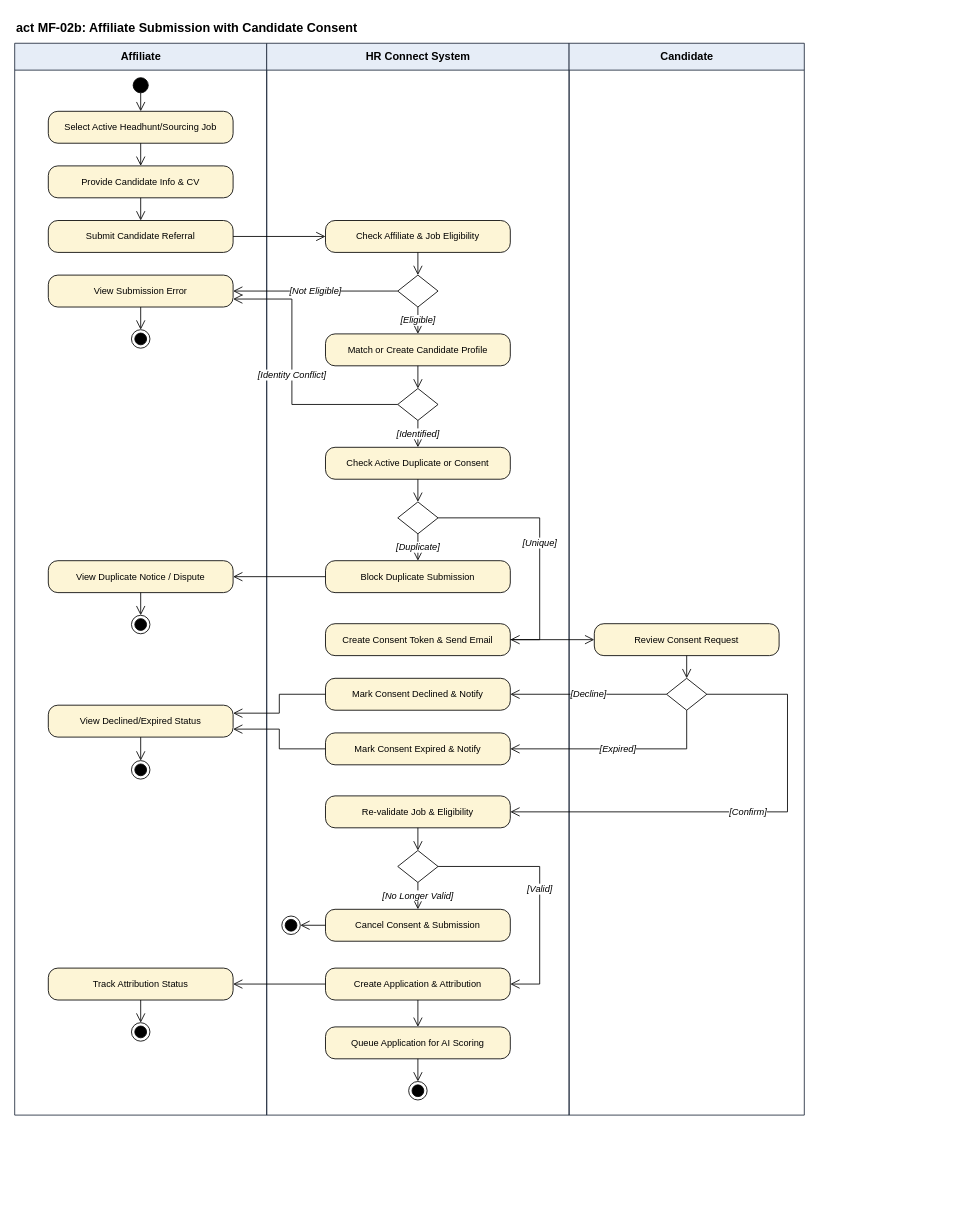
The draw.io diagram docs/diagrams/activity/source/act-mf02b-affiliate-submission-consent.drawio in hoangqui794/hr-connect, before the edit. Source tidied: cells renumbered, new cells numbered last; positions are measured from the earlier drawing's top-left corner, leaving out a move shared by most shapes. Both pictures are drawn from the tidied source at 84%, with x=0, y=0 at pixel (14, 14).
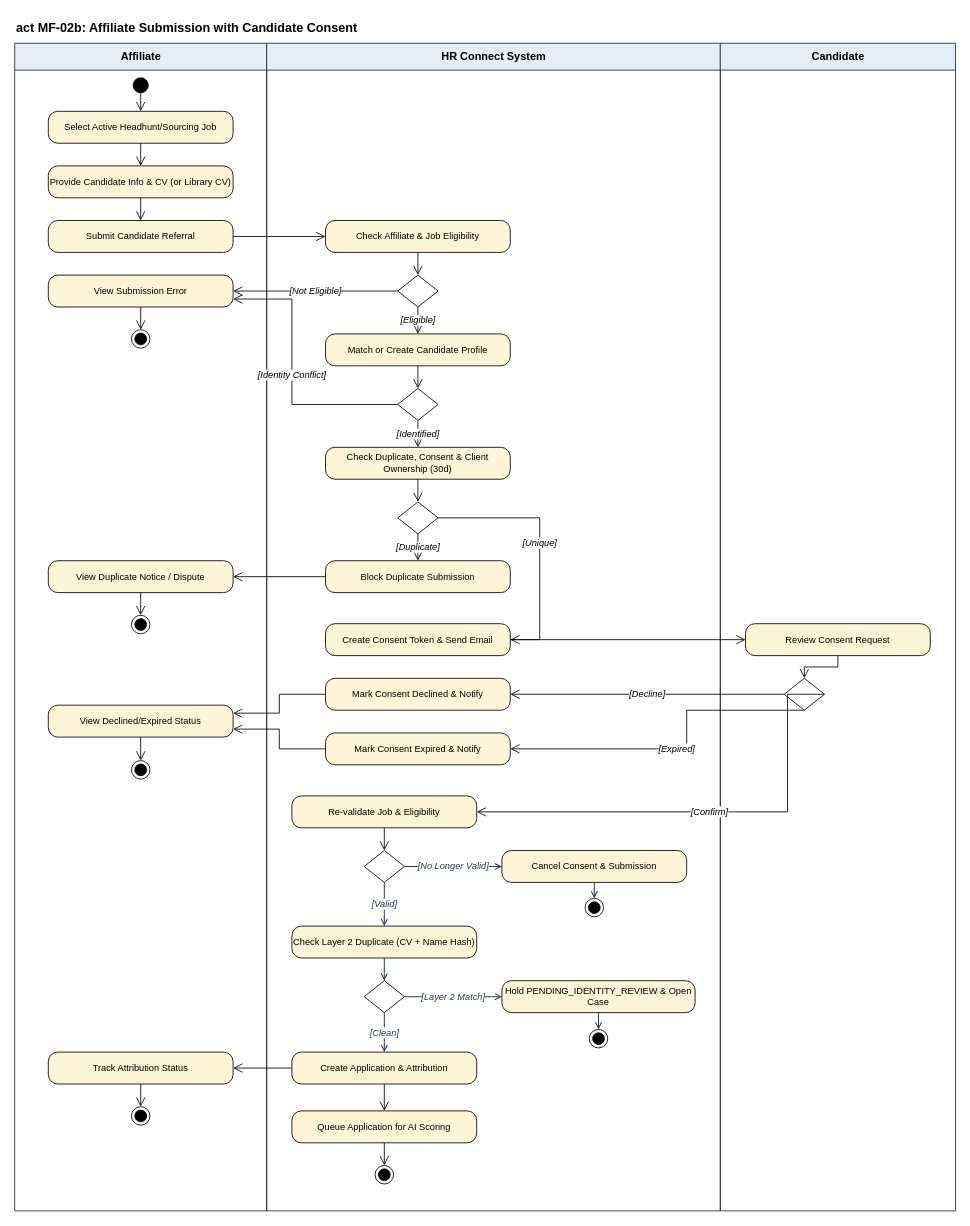
Above is the later version.

Diff of the diagram source:
```diff
@@
     <mxCell id="3" value="Affiliate" style="swimlane;startSize=32;html=1;fillColor=#E6EDF7;strokeColor=#1E293B;fontStyle=1;fontSize=13;fontFamily=Helvetica;" parent="1" vertex="1">
-      <mxGeometry y="34" width="300" height="1276" as="geometry" />
+      <mxGeometry y="34" width="300" height="1390" as="geometry" />
     </mxCell>
     <mxCell id="4" value="HR Connect System" style="swimlane;startSize=32;html=1;fillColor=#E6EDF7;strokeColor=#1E293B;fontStyle=1;fontSize=13;fontFamily=Helvetica;" parent="1" vertex="1">
-      <mxGeometry x="300" y="34" width="360" height="1276" as="geometry" />
+      <mxGeometry x="300" y="34" width="540" height="1390" as="geometry" />
     </mxCell>
     <mxCell id="5" value="Candidate" style="swimlane;startSize=32;html=1;fillColor=#E6EDF7;strokeColor=#1E293B;fontStyle=1;fontSize=13;fontFamily=Helvetica;" parent="1" vertex="1">
-      <mxGeometry x="660" y="34" width="280" height="1276" as="geometry" />
+      <mxGeometry x="840" y="34" width="280" height="1390" as="geometry" />
     </mxCell>
@@
-    <mxCell id="8" value="Provide Candidate Info &amp; CV" style="rounded=1;arcSize=30;whiteSpace=wrap;html=1;fillColor=#FDF5D6;strokeColor=#000000;fontSize=11;fontStyle=0;fontFamily=Helvetica;" parent="1" vertex="1">
+    <mxCell id="8" value="Provide Candidate Info &amp; CV (or Library CV)" style="rounded=1;arcSize=30;whiteSpace=wrap;html=1;fillColor=#FDF5D6;strokeColor=#000000;fontSize=11;fontStyle=0;fontFamily=Helvetica;" parent="1" vertex="1">
       <mxGeometry x="40" y="180" width="220" height="38" as="geometry" />
     </mxCell>
@@
-    <mxCell id="16" value="Check Active Duplicate or Consent" style="rounded=1;arcSize=30;whiteSpace=wrap;html=1;fillColor=#FDF5D6;strokeColor=#000000;fontSize=11;fontStyle=0;fontFamily=Helvetica;" parent="1" vertex="1">
+    <mxCell id="16" value="Check Duplicate, Consent &amp; Client Ownership (30d)" style="rounded=1;arcSize=30;whiteSpace=wrap;html=1;fillColor=#FDF5D6;strokeColor=#000000;fontSize=11;fontStyle=0;fontFamily=Helvetica;" parent="1" vertex="1">
       <mxGeometry x="370" y="515" width="220" height="38" as="geometry" />
     </mxCell>
@@
     <mxCell id="22" value="Review Consent Request" style="rounded=1;arcSize=30;whiteSpace=wrap;html=1;fillColor=#FDF5D6;strokeColor=#000000;fontSize=11;fontStyle=0;fontFamily=Helvetica;" parent="1" vertex="1">
-      <mxGeometry x="690" y="725" width="220" height="38" as="geometry" />
+      <mxGeometry x="870" y="725" width="220" height="38" as="geometry" />
     </mxCell>
     <mxCell id="23" style="rhombus;whiteSpace=wrap;html=1;fillColor=#FFFFFF;strokeColor=#000000;fontSize=10;" parent="1" vertex="1">
-      <mxGeometry x="776" y="790" width="48" height="38" as="geometry" />
+      <mxGeometry x="916" y="790" width="48" height="38" as="geometry" />
     </mxCell>
@@
     <mxCell id="28" value="Re-validate Job &amp; Eligibility" style="rounded=1;arcSize=30;whiteSpace=wrap;html=1;fillColor=#FDF5D6;strokeColor=#000000;fontSize=11;fontStyle=0;fontFamily=Helvetica;" parent="1" vertex="1">
-      <mxGeometry x="370" y="930" width="220" height="38" as="geometry" />
+      <mxGeometry x="330" y="930" width="220" height="38" as="geometry" />
     </mxCell>
     <mxCell id="29" style="rhombus;whiteSpace=wrap;html=1;fillColor=#FFFFFF;strokeColor=#000000;fontSize=10;" parent="1" vertex="1">
-      <mxGeometry x="456" y="995" width="48" height="38" as="geometry" />
+      <mxGeometry x="416" y="995" width="48" height="38" as="geometry" />
     </mxCell>
     <mxCell id="30" value="Cancel Consent &amp; Submission" style="rounded=1;arcSize=30;whiteSpace=wrap;html=1;fillColor=#FDF5D6;strokeColor=#000000;fontSize=11;fontStyle=0;fontFamily=Helvetica;" parent="1" vertex="1">
-      <mxGeometry x="370" y="1065" width="220" height="38" as="geometry" />
+      <mxGeometry x="580" y="995" width="220" height="38" as="geometry" />
     </mxCell>
     <mxCell id="31" style="ellipse;shape=endState;fillColor=#000000;strokeColor=#000000;" parent="1" vertex="1">
-      <mxGeometry x="318" y="1073" width="22" height="22" as="geometry" />
+      <mxGeometry x="679" y="1052" width="22" height="22" as="geometry" />
     </mxCell>
     <mxCell id="32" value="Create Application &amp; Attribution" style="rounded=1;arcSize=30;whiteSpace=wrap;html=1;fillColor=#FDF5D6;strokeColor=#000000;fontSize=11;fontStyle=0;fontFamily=Helvetica;" parent="1" vertex="1">
-      <mxGeometry x="370" y="1135" width="220" height="38" as="geometry" />
+      <mxGeometry x="330" y="1235" width="220" height="38" as="geometry" />
     </mxCell>
     <mxCell id="33" value="Track Attribution Status" style="rounded=1;arcSize=30;whiteSpace=wrap;html=1;fillColor=#FDF5D6;strokeColor=#000000;fontSize=11;fontStyle=0;fontFamily=Helvetica;" parent="1" vertex="1">
-      <mxGeometry x="40" y="1135" width="220" height="38" as="geometry" />
+      <mxGeometry x="40" y="1235" width="220" height="38" as="geometry" />
     </mxCell>
     <mxCell id="34" style="ellipse;shape=endState;fillColor=#000000;strokeColor=#000000;" parent="1" vertex="1">
-      <mxGeometry x="139" y="1200" width="22" height="22" as="geometry" />
+      <mxGeometry x="139" y="1300" width="22" height="22" as="geometry" />
     </mxCell>
     <mxCell id="35" value="Queue Application for AI Scoring" style="rounded=1;arcSize=30;whiteSpace=wrap;html=1;fillColor=#FDF5D6;strokeColor=#000000;fontSize=11;fontStyle=0;fontFamily=Helvetica;" parent="1" vertex="1">
-      <mxGeometry x="370" y="1205" width="220" height="38" as="geometry" />
+      <mxGeometry x="330" y="1305" width="220" height="38" as="geometry" />
     </mxCell>
     <mxCell id="36" style="ellipse;shape=endState;fillColor=#000000;strokeColor=#000000;" parent="1" vertex="1">
-      <mxGeometry x="469" y="1270" width="22" height="22" as="geometry" />
+      <mxGeometry x="429" y="1370" width="22" height="22" as="geometry" />
     </mxCell>
@@
-    <mxCell id="62" value="[No Longer Valid]" style="endArrow=open;endSize=9;html=1;rounded=0;edgeStyle=orthogonalEdgeStyle;fontStyle=2;fontSize=11;fontFamily=Helvetica;labelBackgroundColor=#FFFFFF;strokeColor=#000000;" parent="1" edge="1" source="29" target="30">
+    <mxCell id="62" value="[No Longer Valid]" style="edgeStyle=orthogonalEdgeStyle;rounded=0;jettySize=auto;html=1;endArrow=open;endFill=0;strokeColor=#1F3A5F;strokeWidth=1.2;fontSize=11;fontStyle=2;fontColor=#1F3A5F;labelBackgroundColor=#FFFFFF;exitX=1;exitY=0.5;exitDx=0;exitDy=0;entryX=0;entryY=0.5;entryDx=0;entryDy=0;" parent="1" edge="1" source="29" target="30">
       <mxGeometry relative="1" as="geometry" />
     </mxCell>
-    <mxCell id="63" style="endArrow=open;endSize=9;html=1;rounded=0;edgeStyle=orthogonalEdgeStyle;fontStyle=2;fontSize=11;fontFamily=Helvetica;labelBackgroundColor=#FFFFFF;strokeColor=#000000;exitX=0;exitY=0.5;entryX=1;entryY=0.5;" parent="1" edge="1" source="30" target="31">
+    <mxCell id="63" style="edgeStyle=orthogonalEdgeStyle;rounded=0;jettySize=auto;html=1;endArrow=open;endFill=0;strokeColor=#1F3A5F;strokeWidth=1.2;fontSize=11;fontStyle=2;fontColor=#1F3A5F;labelBackgroundColor=#FFFFFF;exitX=0.5;exitY=1;exitDx=0;exitDy=0;entryX=0.5;entryY=0;entryDx=0;entryDy=0;" parent="1" edge="1" source="30" target="31">
       <mxGeometry relative="1" as="geometry" />
     </mxCell>
-    <mxCell id="64" value="[Valid]" style="endArrow=open;endSize=9;html=1;rounded=0;edgeStyle=orthogonalEdgeStyle;fontStyle=2;fontSize=11;fontFamily=Helvetica;labelBackgroundColor=#FFFFFF;strokeColor=#000000;exitX=1;exitY=0.5;entryX=1;entryY=0.5;" parent="1" edge="1" source="29" target="32">
-      <mxGeometry relative="1" as="geometry">
-        <Array as="points">
-          <mxPoint x="625" y="1014" />
-          <mxPoint x="625" y="1154" />
-        </Array>
-      </mxGeometry>
+    <mxCell id="64" value="[Valid]" style="edgeStyle=orthogonalEdgeStyle;rounded=0;jettySize=auto;html=1;endArrow=open;endFill=0;strokeColor=#1F3A5F;strokeWidth=1.2;fontSize=11;fontStyle=2;fontColor=#1F3A5F;labelBackgroundColor=#FFFFFF;exitX=0.5;exitY=1;exitDx=0;exitDy=0;entryX=0.5;entryY=0;entryDx=0;entryDy=0;" parent="1" edge="1" source="29" target="69">
+      <mxGeometry relative="1" as="geometry" />
     </mxCell>
@@
+    <mxCell id="69" value="Check Layer 2 Duplicate (CV + Name Hash)" style="rounded=1;arcSize=30;whiteSpace=wrap;html=1;fillColor=#FDF5D6;strokeColor=#000000;fontSize=11;fontStyle=0;fontFamily=Helvetica;" parent="1" vertex="1">
+      <mxGeometry x="330" y="1085" width="220" height="38" as="geometry" />
+    </mxCell>
+    <mxCell id="70" style="rhombus;whiteSpace=wrap;html=1;fillColor=#FFFFFF;strokeColor=#000000;fontSize=10;" parent="1" vertex="1">
+      <mxGeometry x="416" y="1150" width="48" height="38" as="geometry" />
+    </mxCell>
+    <mxCell id="71" value="Hold PENDING_IDENTITY_REVIEW &amp; Open Case" style="rounded=1;arcSize=30;whiteSpace=wrap;html=1;fillColor=#FDF5D6;strokeColor=#000000;fontSize=11;fontStyle=0;fontFamily=Helvetica;" parent="1" vertex="1">
+      <mxGeometry x="580" y="1150" width="230" height="38" as="geometry" />
+    </mxCell>
+    <mxCell id="72" style="ellipse;shape=endState;fillColor=#000000;strokeColor=#000000;" parent="1" vertex="1">
+      <mxGeometry x="684" y="1208" width="22" height="22" as="geometry" />
+    </mxCell>
+    <mxCell id="73" style="edgeStyle=orthogonalEdgeStyle;rounded=0;jettySize=auto;html=1;endArrow=open;endFill=0;strokeColor=#1F3A5F;strokeWidth=1.2;fontSize=11;fontStyle=2;fontColor=#1F3A5F;labelBackgroundColor=#FFFFFF;exitX=0.5;exitY=1;exitDx=0;exitDy=0;entryX=0.5;entryY=0;entryDx=0;entryDy=0;" parent="1" edge="1" source="69" target="70">
+      <mxGeometry relative="1" as="geometry" />
+    </mxCell>
+    <mxCell id="74" value="[Layer 2 Match]" style="edgeStyle=orthogonalEdgeStyle;rounded=0;jettySize=auto;html=1;endArrow=open;endFill=0;strokeColor=#1F3A5F;strokeWidth=1.2;fontSize=11;fontStyle=2;fontColor=#1F3A5F;labelBackgroundColor=#FFFFFF;exitX=1;exitY=0.5;exitDx=0;exitDy=0;entryX=0;entryY=0.5;entryDx=0;entryDy=0;" parent="1" edge="1" source="70" target="71">
+      <mxGeometry relative="1" as="geometry" />
+    </mxCell>
+    <mxCell id="75" style="edgeStyle=orthogonalEdgeStyle;rounded=0;jettySize=auto;html=1;endArrow=open;endFill=0;strokeColor=#1F3A5F;strokeWidth=1.2;fontSize=11;fontStyle=2;fontColor=#1F3A5F;labelBackgroundColor=#FFFFFF;exitX=0.5;exitY=1;exitDx=0;exitDy=0;entryX=0.5;entryY=0;entryDx=0;entryDy=0;" parent="1" edge="1" source="71" target="72">
+      <mxGeometry relative="1" as="geometry" />
+    </mxCell>
+    <mxCell id="76" value="[Clean]" style="edgeStyle=orthogonalEdgeStyle;rounded=0;jettySize=auto;html=1;endArrow=open;endFill=0;strokeColor=#1F3A5F;strokeWidth=1.2;fontSize=11;fontStyle=2;fontColor=#1F3A5F;labelBackgroundColor=#FFFFFF;exitX=0.5;exitY=1;exitDx=0;exitDy=0;entryX=0.5;entryY=0;entryDx=0;entryDy=0;" parent="1" edge="1" source="70" target="32">
+      <mxGeometry relative="1" as="geometry" />
+    </mxCell>
```
